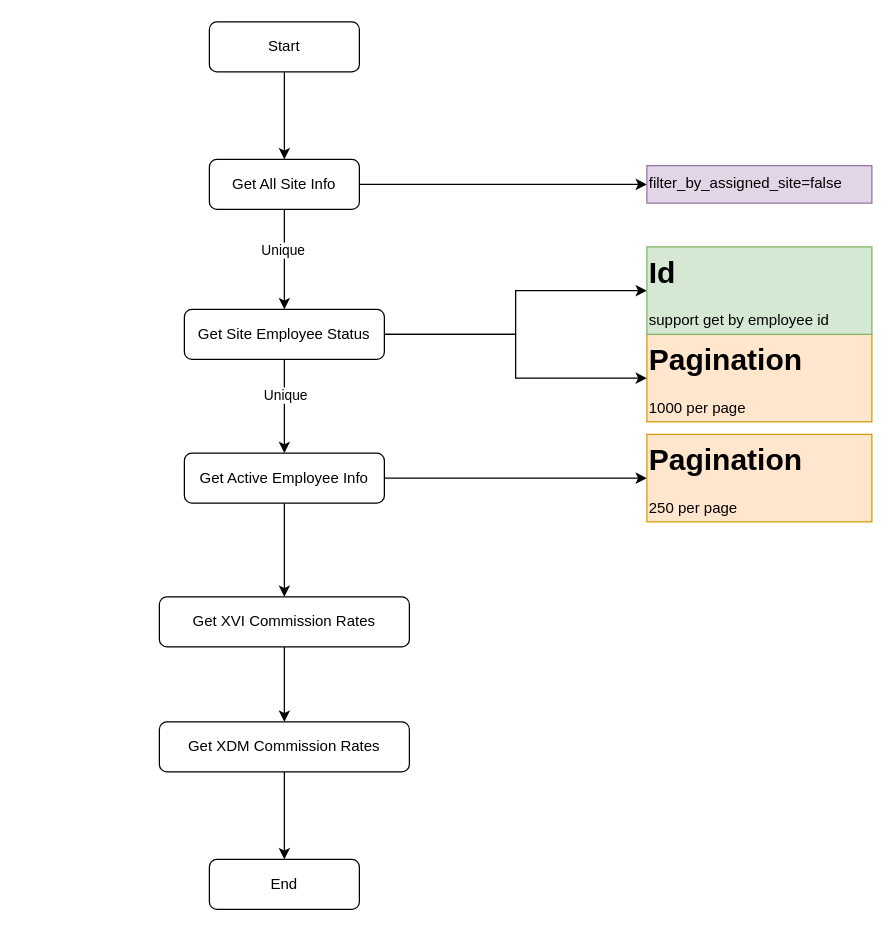
Before: Hawker-Profile-Flow.drawio in SmileSB1O1/draw-active, a draw.io diagram. Source tidied: cells renumbered, new cells numbered last; positions are measured from the earlier drawing's top-left corner, leaving out a move shared by most shapes. Both pictures are drawn from the tidied source at 125%, with x=0, y=0 at pixel (159, 21).
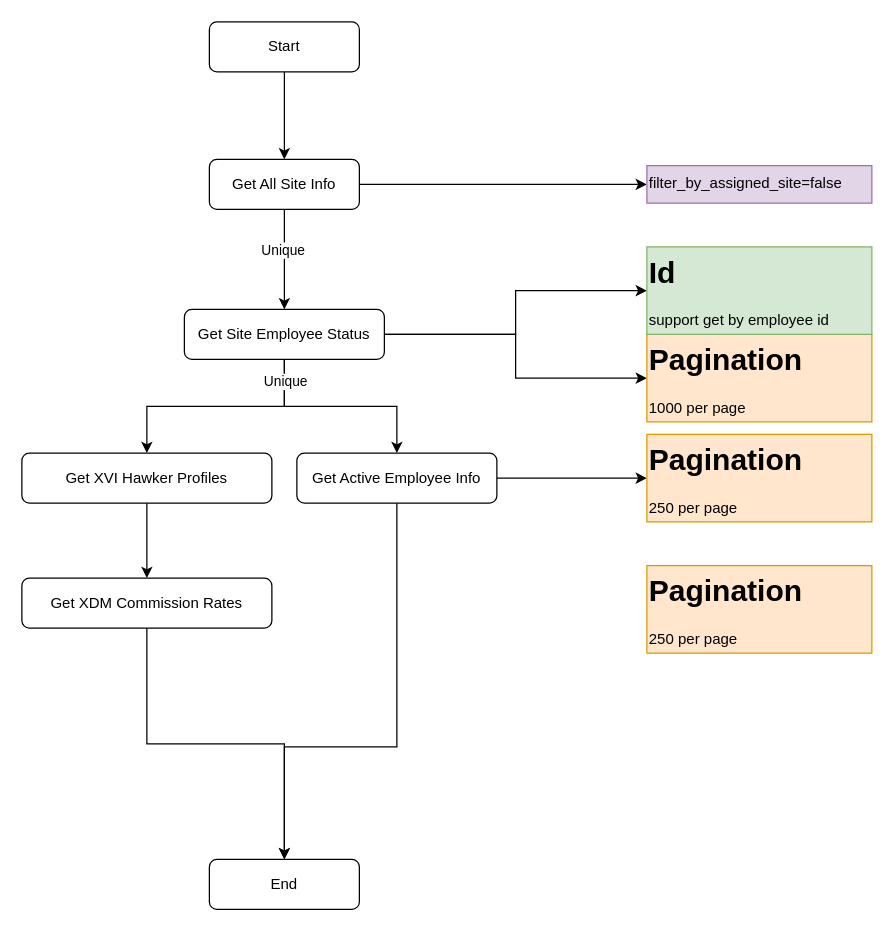
The same page after the edit.

Unchanged cells that the change refers to:
```xml
<mxCell id="10" style="edgeStyle=orthogonalEdgeStyle;rounded=0;jettySize=auto;html=1;" parent="1" edge="1" source="12" target="22">
  <mxGeometry relative="1" as="geometry" />
</mxCell>
<mxCell id="12" value="Get Site Employee Status" style="rounded=1;whiteSpace=wrap;html=1;fontSize=12;glass=0;strokeWidth=1;shadow=0;" parent="1" vertex="1">
  <mxGeometry x="20" y="230" width="160" height="40" as="geometry" />
</mxCell>
<mxCell id="13" value="End" style="rounded=1;whiteSpace=wrap;html=1;fontSize=12;glass=0;strokeWidth=1;shadow=0;" parent="1" vertex="1">
  <mxGeometry x="40" y="670" width="120" height="40" as="geometry" />
</mxCell>
```

What changed in the source:
```diff
@@
+    <mxCell id="25" style="edgeStyle=orthogonalEdgeStyle;rounded=0;jettySize=auto;html=1;exitX=0.5;exitY=1;exitDx=0;exitDy=0;entryX=0.5;entryY=0;entryDx=0;entryDy=0;" parent="1" edge="1" source="12" target="15">
+      <mxGeometry relative="1" as="geometry" />
+    </mxCell>
-    <mxCell id="11" value="Unique" style="edgeLabel;html=1;align=center;verticalAlign=middle;" parent="10" vertex="1">
-      <mxGeometry x="-0.26" relative="1" as="geometry" />
+    <mxCell id="11" value="Unique" style="edgeLabel;html=1;align=center;verticalAlign=middle;" parent="25" vertex="1">
+      <mxGeometry x="-0.82" relative="1" as="geometry" />
     </mxCell>
@@
-    <mxCell id="15" value="Get XVI Commission Rates" style="rounded=1;whiteSpace=wrap;html=1;fontSize=12;glass=0;strokeWidth=1;shadow=0;" parent="1" vertex="1">
-      <mxGeometry y="460" width="200" height="40" as="geometry" />
+    <mxCell id="15" value="Get XVI Hawker Profiles" style="rounded=1;whiteSpace=wrap;html=1;fontSize=12;glass=0;strokeWidth=1;shadow=0;" parent="1" vertex="1">
+      <mxGeometry x="-110" y="345" width="200" height="40" as="geometry" />
     </mxCell>
@@
     <mxCell id="19" value="Get XDM Commission Rates" style="rounded=1;whiteSpace=wrap;html=1;fontSize=12;glass=0;strokeWidth=1;shadow=0;" parent="1" vertex="1">
-      <mxGeometry y="560" width="200" height="40" as="geometry" />
+      <mxGeometry x="-110" y="445" width="200" height="40" as="geometry" />
     </mxCell>
-    <mxCell id="20" style="edgeStyle=orthogonalEdgeStyle;rounded=0;jettySize=auto;html=1;" parent="1" edge="1" source="22" target="15">
-      <mxGeometry relative="1" as="geometry" />
-    </mxCell>
@@
+    <mxCell id="26" style="edgeStyle=orthogonalEdgeStyle;rounded=0;jettySize=auto;html=1;exitX=0.5;exitY=1;exitDx=0;exitDy=0;entryX=0.5;entryY=0;entryDx=0;entryDy=0;" parent="1" edge="1" source="22" target="13">
+      <mxGeometry relative="1" as="geometry">
+        <Array as="points">
+          <mxPoint x="190" y="580" />
+          <mxPoint x="100" y="580" />
+        </Array>
+      </mxGeometry>
+    </mxCell>
     <mxCell id="22" value="Get Active Employee Info" style="rounded=1;whiteSpace=wrap;html=1;fontSize=12;glass=0;strokeWidth=1;shadow=0;" parent="1" vertex="1">
-      <mxGeometry x="20" y="345" width="160" height="40" as="geometry" />
+      <mxGeometry x="110" y="345" width="160" height="40" as="geometry" />
     </mxCell>
@@
+    <mxCell id="27" value="&lt;h1 style=&quot;margin-top: 0px;&quot;&gt;Pagination&lt;/h1&gt;&lt;h1 style=&quot;margin-top: 0px;&quot;&gt;&lt;p style=&quot;font-size: 12px; font-weight: 400;&quot;&gt;250 per page&lt;/p&gt;&lt;/h1&gt;" style="text;html=1;whiteSpace=wrap;overflow=hidden;rounded=0;fillColor=#ffe6cc;strokeColor=#d79b00;" parent="1" vertex="1">
+      <mxGeometry x="390" y="435" width="180" height="70" as="geometry" />
+    </mxCell>
```
